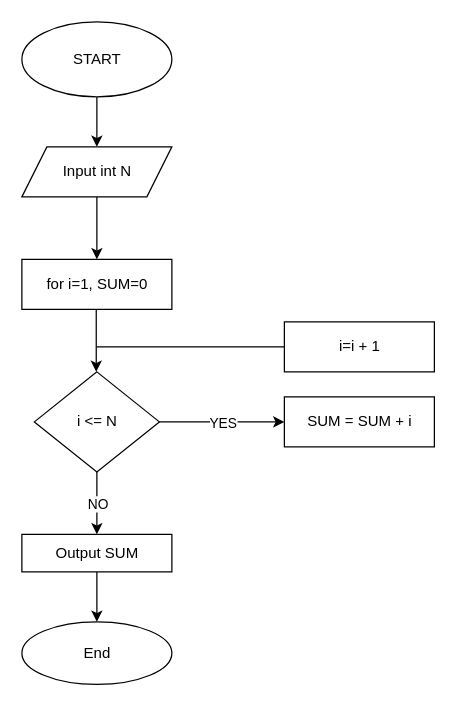
WDPraise/zero_day keeps this draw.io diagram as flowchart Alx.drawio. Above is the earlier version. Source tidied: cells renumbered, new cells numbered last; positions are measured from the earlier drawing's top-left corner, leaving out a move shared by most shapes. Both pictures are drawn from the tidied source at 125%, with x=0, y=0 at pixel (21, 21).
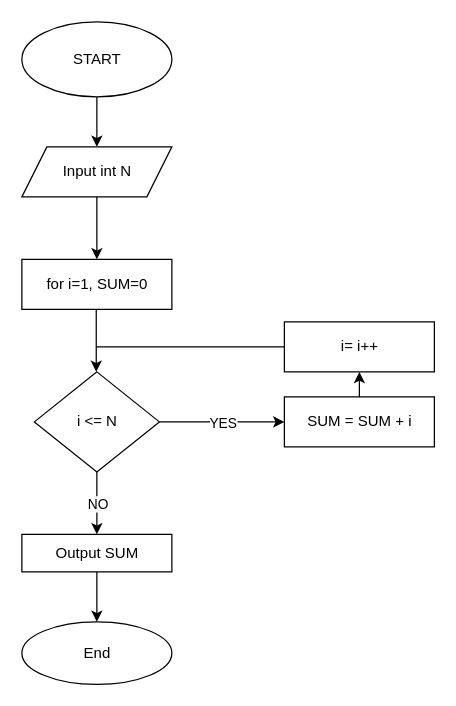
Above is the later version.

The change refers to these unchanged cells:
```xml
<mxCell id="9" style="rounded=0;whiteSpace=wrap;html=1;" parent="1" vertex="1">
  <mxGeometry x="210" y="240" width="120" height="40" as="geometry" />
</mxCell>
<mxCell id="13" style="rounded=0;whiteSpace=wrap;html=1;" parent="1" vertex="1">
  <mxGeometry x="210" y="300" width="120" height="40" as="geometry" />
</mxCell>
```

The edit, as a diff of the source:
```diff
@@
-    <mxCell id="23" value="i=i + 1" style="text;html=1;align=center;verticalAlign=middle;fillColor=none;strokeColor=none;rounded=0;" parent="1" vertex="1">
-      <mxGeometry x="240" y="245" width="60" height="30" as="geometry" />
+    <mxCell id="23" value="i= i++" style="text;html=1;align=center;verticalAlign=middle;fillColor=none;strokeColor=none;rounded=0;" parent="1" vertex="1">
+      <mxGeometry x="245" y="245" width="50" height="30" as="geometry" />
     </mxCell>
@@
+    <mxCell id="27" style="endArrow=classic;html=1;rounded=0;exitX=0.5;exitY=0;exitDx=0;exitDy=0;entryX=0.5;entryY=1;entryDx=0;entryDy=0;" parent="1" edge="1" source="13" target="9">
+      <mxGeometry relative="1" as="geometry" />
+    </mxCell>
```
